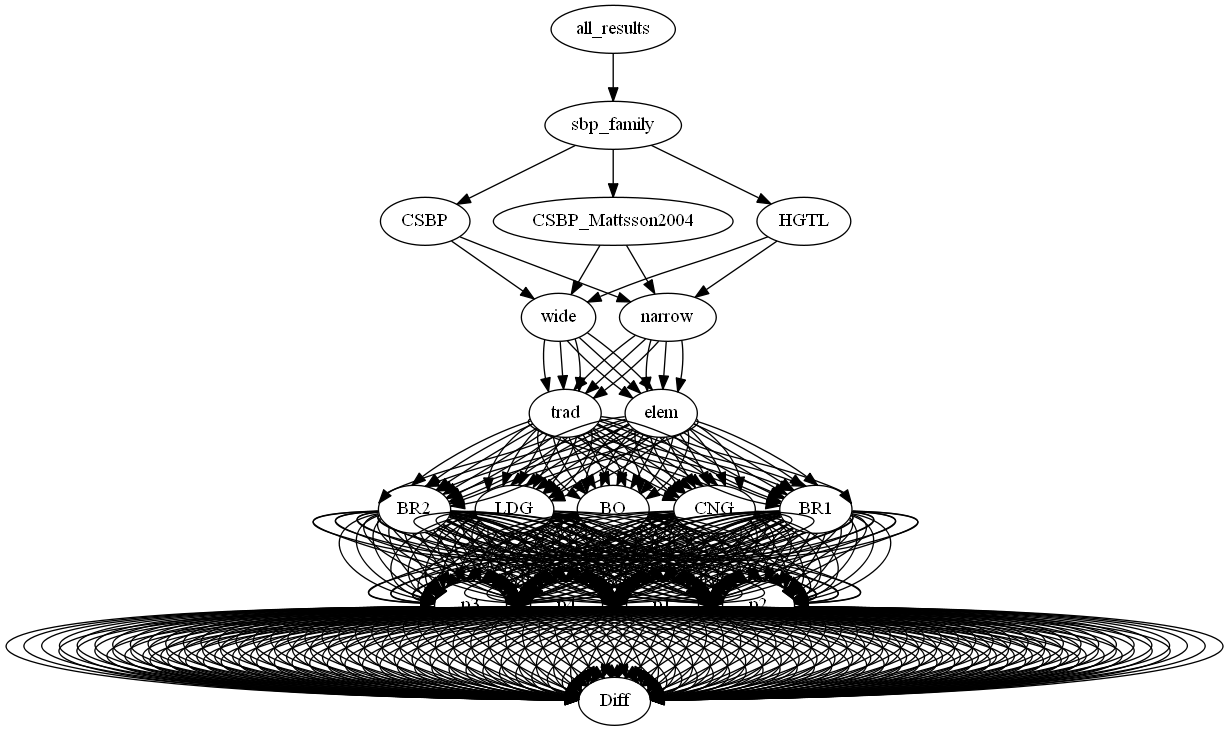
Earlier version of the Graphviz export visual/all_results_1d.dot.png (zolargwrk/PySBP). Its source is kept beside it as visual/all_results_1d.dot.
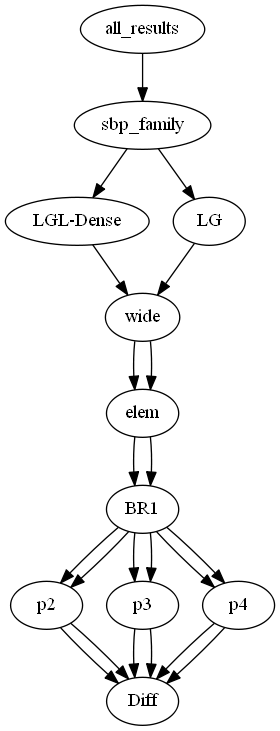
Above is the later version.

What changed in the source:
```diff
@@ -1,561 +1,20 @@
 digraph tree {
     "all_results";
     "sbp_family";
-    "CSBP";
+    "LGL-Dense";
     "wide";
-    "trad";
+    "elem";
     "BR1";
-    "p1";
-    "Diff";
     "p2";
     "Diff";
     "p3";
     "Diff";
     "p4";
     "Diff";
-    "BR2";
-    "p1";
-    "Diff";
-    "p2";
-    "Diff";
-    "p3";
-    "Diff";
-    "p4";
-    "Diff";
-    "LDG";
-    "p1";
-    "Diff";
-    "p2";
-    "Diff";
-    "p3";
-    "Diff";
-    "p4";
-    "Diff";
-    "BO";
-    "p1";
-    "Diff";
-    "p2";
-    "Diff";
-    "p3";
-    "Diff";
-    "p4";
-    "Diff";
-    "CNG";
-    "p1";
-    "Diff";
-    "p2";
-    "Diff";
-    "p3";
-    "Diff";
-    "p4";
-    "Diff";
+    "LG";
+    "wide";
     "elem";
     "BR1";
-    "p1";
-    "Diff";
-    "p2";
-    "Diff";
-    "p3";
-    "Diff";
-    "p4";
-    "Diff";
-    "BR2";
-    "p1";
-    "Diff";
-    "p2";
-    "Diff";
-    "p3";
-    "Diff";
-    "p4";
-    "Diff";
-    "LDG";
-    "p1";
-    "Diff";
-    "p2";
-    "Diff";
-    "p3";
-    "Diff";
-    "p4";
-    "Diff";
-    "BO";
-    "p1";
-    "Diff";
-    "p2";
-    "Diff";
-    "p3";
-    "Diff";
-    "p4";
-    "Diff";
-    "CNG";
-    "p1";
-    "Diff";
-    "p2";
-    "Diff";
-    "p3";
-    "Diff";
-    "p4";
-    "Diff";
-    "narrow";
-    "trad";
-    "BR1";
-    "p1";
-    "Diff";
-    "p2";
-    "Diff";
-    "p3";
-    "Diff";
-    "p4";
-    "Diff";
-    "BR2";
-    "p1";
-    "Diff";
-    "p2";
-    "Diff";
-    "p3";
-    "Diff";
-    "p4";
-    "Diff";
-    "LDG";
-    "p1";
-    "Diff";
-    "p2";
-    "Diff";
-    "p3";
-    "Diff";
-    "p4";
-    "Diff";
-    "BO";
-    "p1";
-    "Diff";
-    "p2";
-    "Diff";
-    "p3";
-    "Diff";
-    "p4";
-    "Diff";
-    "CNG";
-    "p1";
-    "Diff";
-    "p2";
-    "Diff";
-    "p3";
-    "Diff";
-    "p4";
-    "Diff";
-    "elem";
-    "BR1";
-    "p1";
-    "Diff";
-    "p2";
-    "Diff";
-    "p3";
-    "Diff";
-    "p4";
-    "Diff";
-    "BR2";
-    "p1";
-    "Diff";
-    "p2";
-    "Diff";
-    "p3";
-    "Diff";
-    "p4";
-    "Diff";
-    "LDG";
-    "p1";
-    "Diff";
-    "p2";
-    "Diff";
-    "p3";
-    "Diff";
-    "p4";
-    "Diff";
-    "BO";
-    "p1";
-    "Diff";
-    "p2";
-    "Diff";
-    "p3";
-    "Diff";
-    "p4";
-    "Diff";
-    "CNG";
-    "p1";
-    "Diff";
-    "p2";
-    "Diff";
-    "p3";
-    "Diff";
-    "p4";
-    "Diff";
-    "CSBP_Mattsson2004";
-    "wide";
-    "trad";
-    "BR1";
-    "p1";
-    "Diff";
-    "p2";
-    "Diff";
-    "p3";
-    "Diff";
-    "p4";
-    "Diff";
-    "BR2";
-    "p1";
-    "Diff";
-    "p2";
-    "Diff";
-    "p3";
-    "Diff";
-    "p4";
-    "Diff";
-    "LDG";
-    "p1";
-    "Diff";
-    "p2";
-    "Diff";
-    "p3";
-    "Diff";
-    "p4";
-    "Diff";
-    "BO";
-    "p1";
-    "Diff";
-    "p2";
-    "Diff";
-    "p3";
-    "Diff";
-    "p4";
-    "Diff";
-    "CNG";
-    "p1";
-    "Diff";
-    "p2";
-    "Diff";
-    "p3";
-    "Diff";
-    "p4";
-    "Diff";
-    "elem";
-    "BR1";
-    "p1";
-    "Diff";
-    "p2";
-    "Diff";
-    "p3";
-    "Diff";
-    "p4";
-    "Diff";
-    "BR2";
-    "p1";
-    "Diff";
-    "p2";
-    "Diff";
-    "p3";
-    "Diff";
-    "p4";
-    "Diff";
-    "LDG";
-    "p1";
-    "Diff";
-    "p2";
-    "Diff";
-    "p3";
-    "Diff";
-    "p4";
-    "Diff";
-    "BO";
-    "p1";
-    "Diff";
-    "p2";
-    "Diff";
-    "p3";
-    "Diff";
-    "p4";
-    "Diff";
-    "CNG";
-    "p1";
-    "Diff";
-    "p2";
-    "Diff";
-    "p3";
-    "Diff";
-    "p4";
-    "Diff";
-    "narrow";
-    "trad";
-    "BR1";
-    "p1";
-    "Diff";
-    "p2";
-    "Diff";
-    "p3";
-    "Diff";
-    "p4";
-    "Diff";
-    "BR2";
-    "p1";
-    "Diff";
-    "p2";
-    "Diff";
-    "p3";
-    "Diff";
-    "p4";
-    "Diff";
-    "LDG";
-    "p1";
-    "Diff";
-    "p2";
-    "Diff";
-    "p3";
-    "Diff";
-    "p4";
-    "Diff";
-    "BO";
-    "p1";
-    "Diff";
-    "p2";
-    "Diff";
-    "p3";
-    "Diff";
-    "p4";
-    "Diff";
-    "CNG";
-    "p1";
-    "Diff";
-    "p2";
-    "Diff";
-    "p3";
-    "Diff";
-    "p4";
-    "Diff";
-    "elem";
-    "BR1";
-    "p1";
-    "Diff";
-    "p2";
-    "Diff";
-    "p3";
-    "Diff";
-    "p4";
-    "Diff";
-    "BR2";
-    "p1";
-    "Diff";
-    "p2";
-    "Diff";
-    "p3";
-    "Diff";
-    "p4";
-    "Diff";
-    "LDG";
-    "p1";
-    "Diff";
-    "p2";
-    "Diff";
-    "p3";
-    "Diff";
-    "p4";
-    "Diff";
-    "BO";
-    "p1";
-    "Diff";
-    "p2";
-    "Diff";
-    "p3";
-    "Diff";
-    "p4";
-    "Diff";
-    "CNG";
-    "p1";
-    "Diff";
-    "p2";
-    "Diff";
-    "p3";
-    "Diff";
-    "p4";
-    "Diff";
-    "HGTL";
-    "wide";
-    "trad";
-    "BR1";
-    "p1";
-    "Diff";
-    "p2";
-    "Diff";
-    "p3";
-    "Diff";
-    "p4";
-    "Diff";
-    "BR2";
-    "p1";
-    "Diff";
-    "p2";
-    "Diff";
-    "p3";
-    "Diff";
-    "p4";
-    "Diff";
-    "LDG";
-    "p1";
-    "Diff";
-    "p2";
-    "Diff";
-    "p3";
-    "Diff";
-    "p4";
-    "Diff";
-    "BO";
-    "p1";
-    "Diff";
-    "p2";
-    "Diff";
-    "p3";
-    "Diff";
-    "p4";
-    "Diff";
-    "CNG";
-    "p1";
-    "Diff";
-    "p2";
-    "Diff";
-    "p3";
-    "Diff";
-    "p4";
-    "Diff";
-    "elem";
-    "BR1";
-    "p1";
-    "Diff";
-    "p2";
-    "Diff";
-    "p3";
-    "Diff";
-    "p4";
-    "Diff";
-    "BR2";
-    "p1";
-    "Diff";
-    "p2";
-    "Diff";
-    "p3";
-    "Diff";
-    "p4";
-    "Diff";
-    "LDG";
-    "p1";
-    "Diff";
-    "p2";
-    "Diff";
-    "p3";
-    "Diff";
-    "p4";
-    "Diff";
-    "BO";
-    "p1";
-    "Diff";
-    "p2";
-    "Diff";
-    "p3";
-    "Diff";
-    "p4";
-    "Diff";
-    "CNG";
-    "p1";
-    "Diff";
-    "p2";
-    "Diff";
-    "p3";
-    "Diff";
-    "p4";
-    "Diff";
-    "narrow";
-    "trad";
-    "BR1";
-    "p1";
-    "Diff";
-    "p2";
-    "Diff";
-    "p3";
-    "Diff";
-    "p4";
-    "Diff";
-    "BR2";
-    "p1";
-    "Diff";
-    "p2";
-    "Diff";
-    "p3";
-    "Diff";
-    "p4";
-    "Diff";
-    "LDG";
-    "p1";
-    "Diff";
-    "p2";
-    "Diff";
-    "p3";
-    "Diff";
-    "p4";
-    "Diff";
-    "BO";
-    "p1";
-    "Diff";
-    "p2";
-    "Diff";
-    "p3";
-    "Diff";
-    "p4";
-    "Diff";
-    "CNG";
-    "p1";
-    "Diff";
-    "p2";
-    "Diff";
-    "p3";
-    "Diff";
-    "p4";
-    "Diff";
-    "elem";
-    "BR1";
-    "p1";
-    "Diff";
-    "p2";
-    "Diff";
-    "p3";
-    "Diff";
-    "p4";
-    "Diff";
-    "BR2";
-    "p1";
-    "Diff";
-    "p2";
-    "Diff";
-    "p3";
-    "Diff";
-    "p4";
-    "Diff";
-    "LDG";
-    "p1";
-    "Diff";
-    "p2";
-    "Diff";
-    "p3";
-    "Diff";
-    "p4";
-    "Diff";
-    "BO";
-    "p1";
-    "Diff";
-    "p2";
-    "Diff";
-    "p3";
-    "Diff";
-    "p4";
-    "Diff";
-    "CNG";
-    "p1";
-    "Diff";
     "p2";
     "Diff";
     "p3";
@@ -563,564 +22,23 @@
     "p4";
     "Diff";
     "all_results" -> "sbp_family";
-    "sbp_family" -> "CSBP";
-    "sbp_family" -> "CSBP_Mattsson2004";
-    "sbp_family" -> "HGTL";
-    "CSBP" -> "wide";
-    "CSBP" -> "narrow";
-    "wide" -> "trad";
+    "sbp_family" -> "LGL-Dense";
+    "sbp_family" -> "LG";
+    "LGL-Dense" -> "wide";
     "wide" -> "elem";
-    "trad" -> "BR1";
-    "trad" -> "BR2";
-    "trad" -> "LDG";
-    "trad" -> "BO";
-    "trad" -> "CNG";
-    "BR1" -> "p1";
+    "elem" -> "BR1";
     "BR1" -> "p2";
     "BR1" -> "p3";
     "BR1" -> "p4";
-    "p1" -> "Diff";
     "p2" -> "Diff";
     "p3" -> "Diff";
     "p4" -> "Diff";
-    "BR2" -> "p1";
-    "BR2" -> "p2";
-    "BR2" -> "p3";
-    "BR2" -> "p4";
-    "p1" -> "Diff";
-    "p2" -> "Diff";
-    "p3" -> "Diff";
-    "p4" -> "Diff";
-    "LDG" -> "p1";
-    "LDG" -> "p2";
-    "LDG" -> "p3";
-    "LDG" -> "p4";
-    "p1" -> "Diff";
-    "p2" -> "Diff";
-    "p3" -> "Diff";
-    "p4" -> "Diff";
-    "BO" -> "p1";
-    "BO" -> "p2";
-    "BO" -> "p3";
-    "BO" -> "p4";
-    "p1" -> "Diff";
-    "p2" -> "Diff";
-    "p3" -> "Diff";
-    "p4" -> "Diff";
-    "CNG" -> "p1";
-    "CNG" -> "p2";
-    "CNG" -> "p3";
-    "CNG" -> "p4";
-    "p1" -> "Diff";
-    "p2" -> "Diff";
-    "p3" -> "Diff";
-    "p4" -> "Diff";
+    "LG" -> "wide";
+    "wide" -> "elem";
     "elem" -> "BR1";
-    "elem" -> "BR2";
-    "elem" -> "LDG";
-    "elem" -> "BO";
-    "elem" -> "CNG";
-    "BR1" -> "p1";
     "BR1" -> "p2";
     "BR1" -> "p3";
     "BR1" -> "p4";
-    "p1" -> "Diff";
-    "p2" -> "Diff";
-    "p3" -> "Diff";
-    "p4" -> "Diff";
-    "BR2" -> "p1";
-    "BR2" -> "p2";
-    "BR2" -> "p3";
-    "BR2" -> "p4";
-    "p1" -> "Diff";
-    "p2" -> "Diff";
-    "p3" -> "Diff";
-    "p4" -> "Diff";
-    "LDG" -> "p1";
-    "LDG" -> "p2";
-    "LDG" -> "p3";
-    "LDG" -> "p4";
-    "p1" -> "Diff";
-    "p2" -> "Diff";
-    "p3" -> "Diff";
-    "p4" -> "Diff";
-    "BO" -> "p1";
-    "BO" -> "p2";
-    "BO" -> "p3";
-    "BO" -> "p4";
-    "p1" -> "Diff";
-    "p2" -> "Diff";
-    "p3" -> "Diff";
-    "p4" -> "Diff";
-    "CNG" -> "p1";
-    "CNG" -> "p2";
-    "CNG" -> "p3";
-    "CNG" -> "p4";
-    "p1" -> "Diff";
-    "p2" -> "Diff";
-    "p3" -> "Diff";
-    "p4" -> "Diff";
-    "narrow" -> "trad";
-    "narrow" -> "elem";
-    "trad" -> "BR1";
-    "trad" -> "BR2";
-    "trad" -> "LDG";
-    "trad" -> "BO";
-    "trad" -> "CNG";
-    "BR1" -> "p1";
-    "BR1" -> "p2";
-    "BR1" -> "p3";
-    "BR1" -> "p4";
-    "p1" -> "Diff";
-    "p2" -> "Diff";
-    "p3" -> "Diff";
-    "p4" -> "Diff";
-    "BR2" -> "p1";
-    "BR2" -> "p2";
-    "BR2" -> "p3";
-    "BR2" -> "p4";
-    "p1" -> "Diff";
-    "p2" -> "Diff";
-    "p3" -> "Diff";
-    "p4" -> "Diff";
-    "LDG" -> "p1";
-    "LDG" -> "p2";
-    "LDG" -> "p3";
-    "LDG" -> "p4";
-    "p1" -> "Diff";
-    "p2" -> "Diff";
-    "p3" -> "Diff";
-    "p4" -> "Diff";
-    "BO" -> "p1";
-    "BO" -> "p2";
-    "BO" -> "p3";
-    "BO" -> "p4";
-    "p1" -> "Diff";
-    "p2" -> "Diff";
-    "p3" -> "Diff";
-    "p4" -> "Diff";
-    "CNG" -> "p1";
-    "CNG" -> "p2";
-    "CNG" -> "p3";
-    "CNG" -> "p4";
-    "p1" -> "Diff";
-    "p2" -> "Diff";
-    "p3" -> "Diff";
-    "p4" -> "Diff";
-    "elem" -> "BR1";
-    "elem" -> "BR2";
-    "elem" -> "LDG";
-    "elem" -> "BO";
-    "elem" -> "CNG";
-    "BR1" -> "p1";
-    "BR1" -> "p2";
-    "BR1" -> "p3";
-    "BR1" -> "p4";
-    "p1" -> "Diff";
-    "p2" -> "Diff";
-    "p3" -> "Diff";
-    "p4" -> "Diff";
-    "BR2" -> "p1";
-    "BR2" -> "p2";
-    "BR2" -> "p3";
-    "BR2" -> "p4";
-    "p1" -> "Diff";
-    "p2" -> "Diff";
-    "p3" -> "Diff";
-    "p4" -> "Diff";
-    "LDG" -> "p1";
-    "LDG" -> "p2";
-    "LDG" -> "p3";
-    "LDG" -> "p4";
-    "p1" -> "Diff";
-    "p2" -> "Diff";
-    "p3" -> "Diff";
-    "p4" -> "Diff";
-    "BO" -> "p1";
-    "BO" -> "p2";
-    "BO" -> "p3";
-    "BO" -> "p4";
-    "p1" -> "Diff";
-    "p2" -> "Diff";
-    "p3" -> "Diff";
-    "p4" -> "Diff";
-    "CNG" -> "p1";
-    "CNG" -> "p2";
-    "CNG" -> "p3";
-    "CNG" -> "p4";
-    "p1" -> "Diff";
-    "p2" -> "Diff";
-    "p3" -> "Diff";
-    "p4" -> "Diff";
-    "CSBP_Mattsson2004" -> "wide";
-    "CSBP_Mattsson2004" -> "narrow";
-    "wide" -> "trad";
-    "wide" -> "elem";
-    "trad" -> "BR1";
-    "trad" -> "BR2";
-    "trad" -> "LDG";
-    "trad" -> "BO";
-    "trad" -> "CNG";
-    "BR1" -> "p1";
-    "BR1" -> "p2";
-    "BR1" -> "p3";
-    "BR1" -> "p4";
-    "p1" -> "Diff";
-    "p2" -> "Diff";
-    "p3" -> "Diff";
-    "p4" -> "Diff";
-    "BR2" -> "p1";
-    "BR2" -> "p2";
-    "BR2" -> "p3";
-    "BR2" -> "p4";
-    "p1" -> "Diff";
-    "p2" -> "Diff";
-    "p3" -> "Diff";
-    "p4" -> "Diff";
-    "LDG" -> "p1";
-    "LDG" -> "p2";
-    "LDG" -> "p3";
-    "LDG" -> "p4";
-    "p1" -> "Diff";
-    "p2" -> "Diff";
-    "p3" -> "Diff";
-    "p4" -> "Diff";
-    "BO" -> "p1";
-    "BO" -> "p2";
-    "BO" -> "p3";
-    "BO" -> "p4";
-    "p1" -> "Diff";
-    "p2" -> "Diff";
-    "p3" -> "Diff";
-    "p4" -> "Diff";
-    "CNG" -> "p1";
-    "CNG" -> "p2";
-    "CNG" -> "p3";
-    "CNG" -> "p4";
-    "p1" -> "Diff";
-    "p2" -> "Diff";
-    "p3" -> "Diff";
-    "p4" -> "Diff";
-    "elem" -> "BR1";
-    "elem" -> "BR2";
-    "elem" -> "LDG";
-    "elem" -> "BO";
-    "elem" -> "CNG";
-    "BR1" -> "p1";
-    "BR1" -> "p2";
-    "BR1" -> "p3";
-    "BR1" -> "p4";
-    "p1" -> "Diff";
-    "p2" -> "Diff";
-    "p3" -> "Diff";
-    "p4" -> "Diff";
-    "BR2" -> "p1";
-    "BR2" -> "p2";
-    "BR2" -> "p3";
-    "BR2" -> "p4";
-    "p1" -> "Diff";
-    "p2" -> "Diff";
-    "p3" -> "Diff";
-    "p4" -> "Diff";
-    "LDG" -> "p1";
-    "LDG" -> "p2";
-    "LDG" -> "p3";
-    "LDG" -> "p4";
-    "p1" -> "Diff";
-    "p2" -> "Diff";
-    "p3" -> "Diff";
-    "p4" -> "Diff";
-    "BO" -> "p1";
-    "BO" -> "p2";
-    "BO" -> "p3";
-    "BO" -> "p4";
-    "p1" -> "Diff";
-    "p2" -> "Diff";
-    "p3" -> "Diff";
-    "p4" -> "Diff";
-    "CNG" -> "p1";
-    "CNG" -> "p2";
-    "CNG" -> "p3";
-    "CNG" -> "p4";
-    "p1" -> "Diff";
-    "p2" -> "Diff";
-    "p3" -> "Diff";
-    "p4" -> "Diff";
-    "narrow" -> "trad";
-    "narrow" -> "elem";
-    "trad" -> "BR1";
-    "trad" -> "BR2";
-    "trad" -> "LDG";
-    "trad" -> "BO";
-    "trad" -> "CNG";
-    "BR1" -> "p1";
-    "BR1" -> "p2";
-    "BR1" -> "p3";
-    "BR1" -> "p4";
-    "p1" -> "Diff";
-    "p2" -> "Diff";
-    "p3" -> "Diff";
-    "p4" -> "Diff";
-    "BR2" -> "p1";
-    "BR2" -> "p2";
-    "BR2" -> "p3";
-    "BR2" -> "p4";
-    "p1" -> "Diff";
-    "p2" -> "Diff";
-    "p3" -> "Diff";
-    "p4" -> "Diff";
-    "LDG" -> "p1";
-    "LDG" -> "p2";
-    "LDG" -> "p3";
-    "LDG" -> "p4";
-    "p1" -> "Diff";
-    "p2" -> "Diff";
-    "p3" -> "Diff";
-    "p4" -> "Diff";
-    "BO" -> "p1";
-    "BO" -> "p2";
-    "BO" -> "p3";
-    "BO" -> "p4";
-    "p1" -> "Diff";
-    "p2" -> "Diff";
-    "p3" -> "Diff";
-    "p4" -> "Diff";
-    "CNG" -> "p1";
-    "CNG" -> "p2";
-    "CNG" -> "p3";
-    "CNG" -> "p4";
-    "p1" -> "Diff";
-    "p2" -> "Diff";
-    "p3" -> "Diff";
-    "p4" -> "Diff";
-    "elem" -> "BR1";
-    "elem" -> "BR2";
-    "elem" -> "LDG";
-    "elem" -> "BO";
-    "elem" -> "CNG";
-    "BR1" -> "p1";
-    "BR1" -> "p2";
-    "BR1" -> "p3";
-    "BR1" -> "p4";
-    "p1" -> "Diff";
-    "p2" -> "Diff";
-    "p3" -> "Diff";
-    "p4" -> "Diff";
-    "BR2" -> "p1";
-    "BR2" -> "p2";
-    "BR2" -> "p3";
-    "BR2" -> "p4";
-    "p1" -> "Diff";
-    "p2" -> "Diff";
-    "p3" -> "Diff";
-    "p4" -> "Diff";
-    "LDG" -> "p1";
-    "LDG" -> "p2";
-    "LDG" -> "p3";
-    "LDG" -> "p4";
-    "p1" -> "Diff";
-    "p2" -> "Diff";
-    "p3" -> "Diff";
-    "p4" -> "Diff";
-    "BO" -> "p1";
-    "BO" -> "p2";
-    "BO" -> "p3";
-    "BO" -> "p4";
-    "p1" -> "Diff";
-    "p2" -> "Diff";
-    "p3" -> "Diff";
-    "p4" -> "Diff";
-    "CNG" -> "p1";
-    "CNG" -> "p2";
-    "CNG" -> "p3";
-    "CNG" -> "p4";
-    "p1" -> "Diff";
-    "p2" -> "Diff";
-    "p3" -> "Diff";
-    "p4" -> "Diff";
-    "HGTL" -> "wide";
-    "HGTL" -> "narrow";
-    "wide" -> "trad";
-    "wide" -> "elem";
-    "trad" -> "BR1";
-    "trad" -> "BR2";
-    "trad" -> "LDG";
-    "trad" -> "BO";
-    "trad" -> "CNG";
-    "BR1" -> "p1";
-    "BR1" -> "p2";
-    "BR1" -> "p3";
-    "BR1" -> "p4";
-    "p1" -> "Diff";
-    "p2" -> "Diff";
-    "p3" -> "Diff";
-    "p4" -> "Diff";
-    "BR2" -> "p1";
-    "BR2" -> "p2";
-    "BR2" -> "p3";
-    "BR2" -> "p4";
-    "p1" -> "Diff";
-    "p2" -> "Diff";
-    "p3" -> "Diff";
-    "p4" -> "Diff";
-    "LDG" -> "p1";
-    "LDG" -> "p2";
-    "LDG" -> "p3";
-    "LDG" -> "p4";
-    "p1" -> "Diff";
-    "p2" -> "Diff";
-    "p3" -> "Diff";
-    "p4" -> "Diff";
-    "BO" -> "p1";
-    "BO" -> "p2";
-    "BO" -> "p3";
-    "BO" -> "p4";
-    "p1" -> "Diff";
-    "p2" -> "Diff";
-    "p3" -> "Diff";
-    "p4" -> "Diff";
-    "CNG" -> "p1";
-    "CNG" -> "p2";
-    "CNG" -> "p3";
-    "CNG" -> "p4";
-    "p1" -> "Diff";
-    "p2" -> "Diff";
-    "p3" -> "Diff";
-    "p4" -> "Diff";
-    "elem" -> "BR1";
-    "elem" -> "BR2";
-    "elem" -> "LDG";
-    "elem" -> "BO";
-    "elem" -> "CNG";
-    "BR1" -> "p1";
-    "BR1" -> "p2";
-    "BR1" -> "p3";
-    "BR1" -> "p4";
-    "p1" -> "Diff";
-    "p2" -> "Diff";
-    "p3" -> "Diff";
-    "p4" -> "Diff";
-    "BR2" -> "p1";
-    "BR2" -> "p2";
-    "BR2" -> "p3";
-    "BR2" -> "p4";
-    "p1" -> "Diff";
-    "p2" -> "Diff";
-    "p3" -> "Diff";
-    "p4" -> "Diff";
-    "LDG" -> "p1";
-    "LDG" -> "p2";
-    "LDG" -> "p3";
-    "LDG" -> "p4";
-    "p1" -> "Diff";
-    "p2" -> "Diff";
-    "p3" -> "Diff";
-    "p4" -> "Diff";
-    "BO" -> "p1";
-    "BO" -> "p2";
-    "BO" -> "p3";
-    "BO" -> "p4";
-    "p1" -> "Diff";
-    "p2" -> "Diff";
-    "p3" -> "Diff";
-    "p4" -> "Diff";
-    "CNG" -> "p1";
-    "CNG" -> "p2";
-    "CNG" -> "p3";
-    "CNG" -> "p4";
-    "p1" -> "Diff";
-    "p2" -> "Diff";
-    "p3" -> "Diff";
-    "p4" -> "Diff";
-    "narrow" -> "trad";
-    "narrow" -> "elem";
-    "trad" -> "BR1";
-    "trad" -> "BR2";
-    "trad" -> "LDG";
-    "trad" -> "BO";
-    "trad" -> "CNG";
-    "BR1" -> "p1";
-    "BR1" -> "p2";
-    "BR1" -> "p3";
-    "BR1" -> "p4";
-    "p1" -> "Diff";
-    "p2" -> "Diff";
-    "p3" -> "Diff";
-    "p4" -> "Diff";
-    "BR2" -> "p1";
-    "BR2" -> "p2";
-    "BR2" -> "p3";
-    "BR2" -> "p4";
-    "p1" -> "Diff";
-    "p2" -> "Diff";
-    "p3" -> "Diff";
-    "p4" -> "Diff";
-    "LDG" -> "p1";
-    "LDG" -> "p2";
-    "LDG" -> "p3";
-    "LDG" -> "p4";
-    "p1" -> "Diff";
-    "p2" -> "Diff";
-    "p3" -> "Diff";
-    "p4" -> "Diff";
-    "BO" -> "p1";
-    "BO" -> "p2";
-    "BO" -> "p3";
-    "BO" -> "p4";
-    "p1" -> "Diff";
-    "p2" -> "Diff";
-    "p3" -> "Diff";
-    "p4" -> "Diff";
-    "CNG" -> "p1";
-    "CNG" -> "p2";
-    "CNG" -> "p3";
-    "CNG" -> "p4";
-    "p1" -> "Diff";
-    "p2" -> "Diff";
-    "p3" -> "Diff";
-    "p4" -> "Diff";
-    "elem" -> "BR1";
-    "elem" -> "BR2";
-    "elem" -> "LDG";
-    "elem" -> "BO";
-    "elem" -> "CNG";
-    "BR1" -> "p1";
-    "BR1" -> "p2";
-    "BR1" -> "p3";
-    "BR1" -> "p4";
-    "p1" -> "Diff";
-    "p2" -> "Diff";
-    "p3" -> "Diff";
-    "p4" -> "Diff";
-    "BR2" -> "p1";
-    "BR2" -> "p2";
-    "BR2" -> "p3";
-    "BR2" -> "p4";
-    "p1" -> "Diff";
-    "p2" -> "Diff";
-    "p3" -> "Diff";
-    "p4" -> "Diff";
-    "LDG" -> "p1";
-    "LDG" -> "p2";
-    "LDG" -> "p3";
-    "LDG" -> "p4";
-    "p1" -> "Diff";
-    "p2" -> "Diff";
-    "p3" -> "Diff";
-    "p4" -> "Diff";
-    "BO" -> "p1";
-    "BO" -> "p2";
-    "BO" -> "p3";
-    "BO" -> "p4";
-    "p1" -> "Diff";
-    "p2" -> "Diff";
-    "p3" -> "Diff";
-    "p4" -> "Diff";
-    "CNG" -> "p1";
-    "CNG" -> "p2";
-    "CNG" -> "p3";
-    "CNG" -> "p4";
-    "p1" -> "Diff";
     "p2" -> "Diff";
     "p3" -> "Diff";
     "p4" -> "Diff";
```
